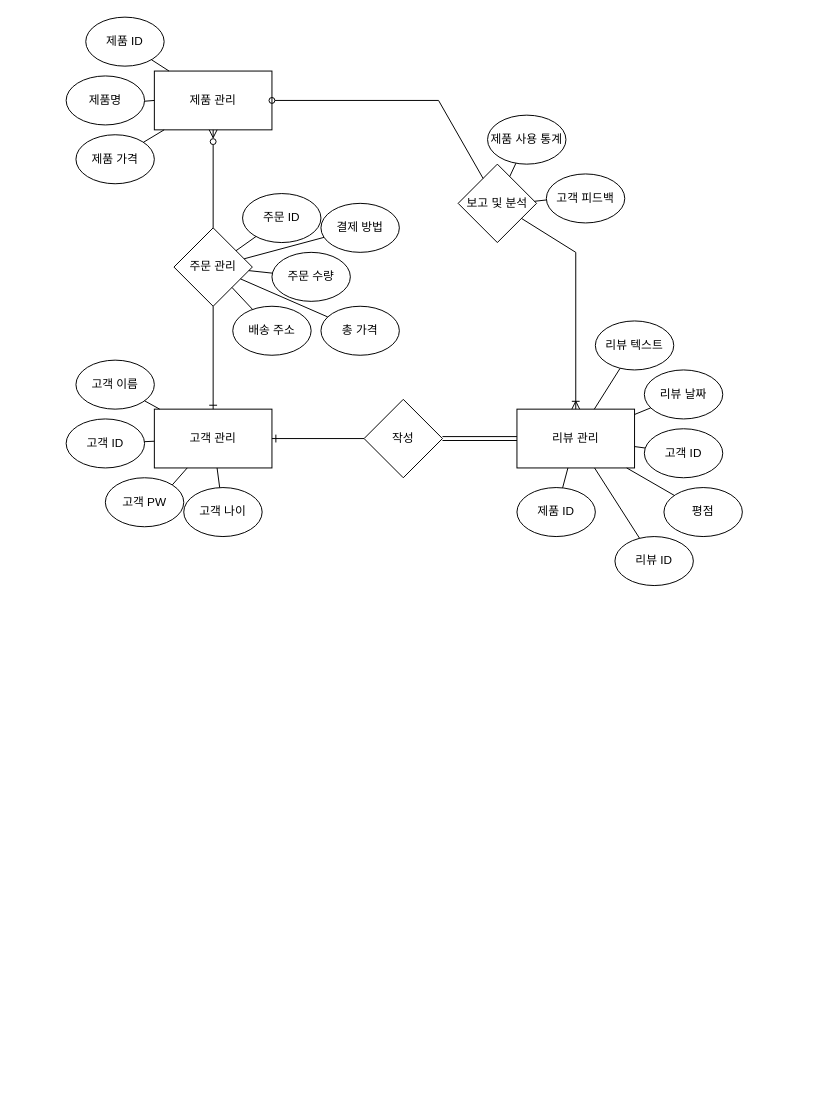
Earlier version of the draw.io diagram shopping_ERdiagram.drawio (yj1508/S_db_ERdiagram). Source tidied: cells renumbered, new cells numbered last; positions are measured from the earlier drawing's top-left corner, leaving out a move shared by most shapes. Both pictures are drawn from the tidied source at 98%, with x=0, y=0 at pixel (66, 17).
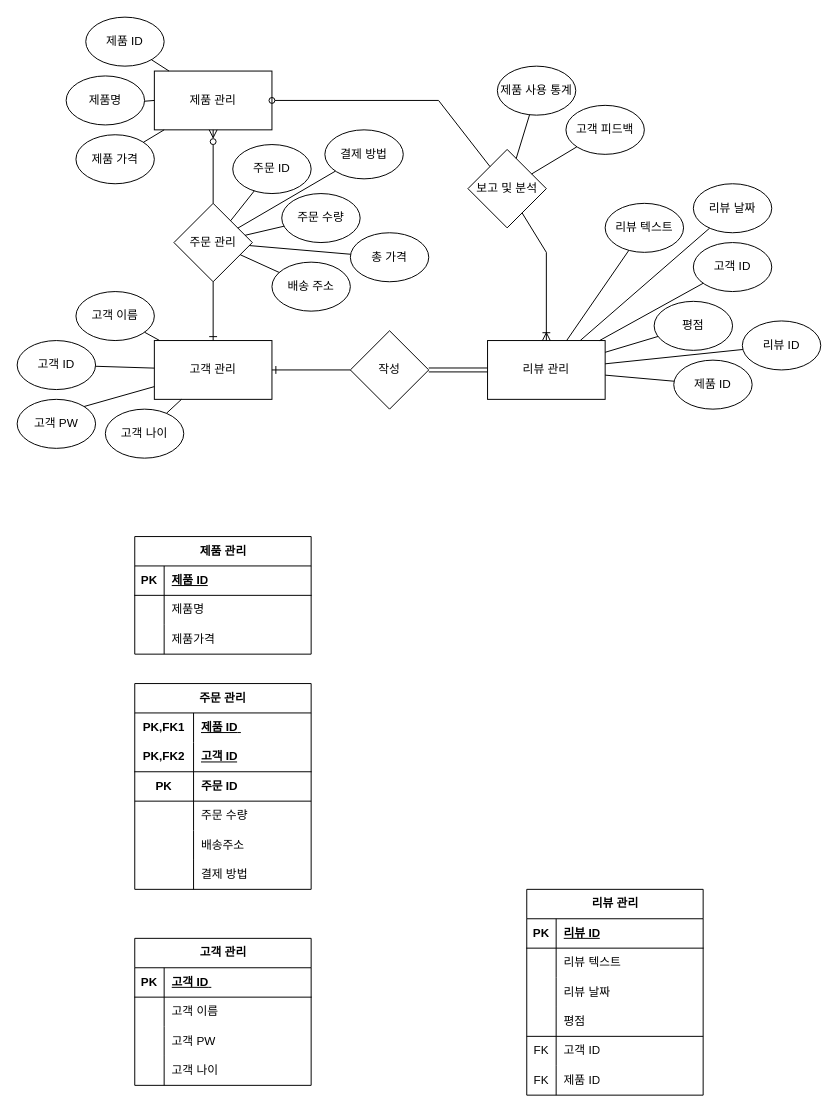
The same diagram, later.

What changed in the source:
```diff
@@
     <mxCell id="2" value="고객 관리" style="rounded=0;whiteSpace=wrap;html=1;" parent="1" vertex="1">
-      <mxGeometry x="90" y="400" width="120" height="60" as="geometry" />
+      <mxGeometry x="90" y="330" width="120" height="60" as="geometry" />
     </mxCell>
@@
     <mxCell id="4" value="주문 관리" style="rhombus;whiteSpace=wrap;html=1;" parent="1" vertex="1">
-      <mxGeometry x="110" y="215" width="80" height="80" as="geometry" />
+      <mxGeometry x="110" y="190" width="80" height="80" as="geometry" />
     </mxCell>
@@
     <mxCell id="8" value="주문 ID" style="ellipse;whiteSpace=wrap;html=1;" parent="1" vertex="1">
-      <mxGeometry x="180" y="180" width="80" height="50" as="geometry" />
+      <mxGeometry x="170" y="130" width="80" height="50" as="geometry" />
     </mxCell>
     <mxCell id="9" value="주문 수량" style="ellipse;whiteSpace=wrap;html=1;" parent="1" vertex="1">
-      <mxGeometry x="210" y="240" width="80" height="50" as="geometry" />
+      <mxGeometry x="220" y="180" width="80" height="50" as="geometry" />
     </mxCell>
     <mxCell id="10" value="배송 주소" style="ellipse;whiteSpace=wrap;html=1;" parent="1" vertex="1">
-      <mxGeometry x="170" y="295" width="80" height="50" as="geometry" />
+      <mxGeometry x="210" y="250" width="80" height="50" as="geometry" />
     </mxCell>
     <mxCell id="11" value="결제 방법" style="ellipse;whiteSpace=wrap;html=1;" parent="1" vertex="1">
-      <mxGeometry x="260" y="190" width="80" height="50" as="geometry" />
+      <mxGeometry x="264" y="115" width="80" height="50" as="geometry" />
     </mxCell>
     <mxCell id="12" value="총 가격" style="ellipse;whiteSpace=wrap;html=1;" parent="1" vertex="1">
-      <mxGeometry x="260" y="295" width="80" height="50" as="geometry" />
+      <mxGeometry x="290" y="220" width="80" height="50" as="geometry" />
     </mxCell>
     <mxCell id="13" value="고객&amp;nbsp;ID" style="ellipse;whiteSpace=wrap;html=1;" parent="1" vertex="1">
-      <mxGeometry y="410" width="80" height="50" as="geometry" />
+      <mxGeometry x="-50" y="330" width="80" height="50" as="geometry" />
     </mxCell>
     <mxCell id="14" value="고객&amp;nbsp;PW" style="ellipse;whiteSpace=wrap;html=1;" parent="1" vertex="1">
-      <mxGeometry x="40" y="470" width="80" height="50" as="geometry" />
+      <mxGeometry x="-50" y="390" width="80" height="50" as="geometry" />
     </mxCell>
     <mxCell id="15" value="고객&amp;nbsp;이름" style="ellipse;whiteSpace=wrap;html=1;" parent="1" vertex="1">
-      <mxGeometry x="10" y="350" width="80" height="50" as="geometry" />
+      <mxGeometry x="10" y="280" width="80" height="50" as="geometry" />
     </mxCell>
     <mxCell id="16" value="고객&amp;nbsp;나이" style="ellipse;whiteSpace=wrap;html=1;" parent="1" vertex="1">
-      <mxGeometry x="120" y="480" width="80" height="50" as="geometry" />
+      <mxGeometry x="40" y="400" width="80" height="50" as="geometry" />
     </mxCell>
     <mxCell id="17" value="리뷰 관리" style="rounded=0;whiteSpace=wrap;html=1;" parent="1" vertex="1">
-      <mxGeometry x="460" y="400" width="120" height="60" as="geometry" />
+      <mxGeometry x="430" y="330" width="120" height="60" as="geometry" />
     </mxCell>
     <mxCell id="18" value="리뷰 ID" style="ellipse;whiteSpace=wrap;html=1;" parent="1" vertex="1">
-      <mxGeometry x="560" y="530" width="80" height="50" as="geometry" />
+      <mxGeometry x="690" y="310" width="80" height="50" as="geometry" />
     </mxCell>
     <mxCell id="19" value="제품 ID" style="ellipse;whiteSpace=wrap;html=1;" parent="1" vertex="1">
-      <mxGeometry x="460" y="480" width="80" height="50" as="geometry" />
+      <mxGeometry x="620" y="350" width="80" height="50" as="geometry" />
     </mxCell>
     <mxCell id="20" value="고객 ID" style="ellipse;whiteSpace=wrap;html=1;" parent="1" vertex="1">
-      <mxGeometry x="590" y="420" width="80" height="50" as="geometry" />
+      <mxGeometry x="640" y="230" width="80" height="50" as="geometry" />
     </mxCell>
     <mxCell id="21" value="평점" style="ellipse;whiteSpace=wrap;html=1;" parent="1" vertex="1">
-      <mxGeometry x="610" y="480" width="80" height="50" as="geometry" />
+      <mxGeometry x="600" y="290" width="80" height="50" as="geometry" />
     </mxCell>
     <mxCell id="22" value="리뷰 텍스트" style="ellipse;whiteSpace=wrap;html=1;" parent="1" vertex="1">
-      <mxGeometry x="540" y="310" width="80" height="50" as="geometry" />
+      <mxGeometry x="550" y="190" width="80" height="50" as="geometry" />
     </mxCell>
     <mxCell id="23" value="리뷰 날짜" style="ellipse;whiteSpace=wrap;html=1;" parent="1" vertex="1">
-      <mxGeometry x="590" y="360" width="80" height="50" as="geometry" />
+      <mxGeometry x="640" y="170" width="80" height="50" as="geometry" />
     </mxCell>
@@
     <mxCell id="25" value="작성" style="rhombus;whiteSpace=wrap;html=1;" parent="1" vertex="1">
-      <mxGeometry x="304" y="390" width="80" height="80" as="geometry" />
+      <mxGeometry x="290" y="320" width="80" height="80" as="geometry" />
     </mxCell>
@@
     <mxCell id="27" value="보고 및 분석" style="rhombus;whiteSpace=wrap;html=1;" parent="1" vertex="1">
-      <mxGeometry x="400" y="150" width="80" height="80" as="geometry" />
+      <mxGeometry x="410" y="135" width="80" height="80" as="geometry" />
     </mxCell>
     <mxCell id="28" style="endArrow=ERoneToMany;html=1;rounded=0;entryX=0.5;entryY=0;entryDx=0;entryDy=0;endFill=0;" parent="1" edge="1" source="27" target="17">
       <mxGeometry relative="1" as="geometry">
         <Array as="points">
-          <mxPoint x="520" y="240" />
+          <mxPoint x="490" y="240" />
         </Array>
       </mxGeometry>
     </mxCell>
@@
     <mxCell id="32" value="제품 사용 통계" style="ellipse;whiteSpace=wrap;html=1;" parent="1" vertex="1">
-      <mxGeometry x="430" y="100" width="80" height="50" as="geometry" />
+      <mxGeometry x="440" y="50" width="80" height="50" as="geometry" />
     </mxCell>
     <mxCell id="33" value="고객 피드백" style="ellipse;whiteSpace=wrap;html=1;" parent="1" vertex="1">
-      <mxGeometry x="490" y="160" width="80" height="50" as="geometry" />
+      <mxGeometry x="510" y="90" width="80" height="50" as="geometry" />
     </mxCell>
@@
+    <mxCell id="54" value="고객 관리" style="shape=table;startSize=30;childLayout=tableLayout;rowLines=0;fontStyle=1;align=center;html=1;" parent="1" vertex="1">
+      <mxGeometry x="70" y="940" width="180" height="150" as="geometry" />
+    </mxCell>
+    <mxCell id="55" style="shape=tableRow;horizontal=0;startSize=0;swimlaneHead=0;swimlaneBody=0;fillColor=none;top=0;left=0;right=0;bottom=1;" parent="54" vertex="1">
+      <mxGeometry y="30" width="180" height="30" as="geometry" />
+    </mxCell>
+    <mxCell id="56" value="PK" style="shape=partialRectangle;fillColor=none;top=0;left=0;bottom=0;right=0;fontStyle=1;overflow=hidden;whiteSpace=wrap;html=1;" parent="55" vertex="1">
+      <mxGeometry width="30" height="30" as="geometry" />
+    </mxCell>
+    <mxCell id="57" value="고객 ID&lt;span style=&quot;white-space: pre;&quot;&gt; &lt;/span&gt;" style="shape=partialRectangle;fillColor=none;top=0;left=0;bottom=0;right=0;align=left;spacingLeft=6;fontStyle=5;overflow=hidden;whiteSpace=wrap;html=1;" parent="55" vertex="1">
+      <mxGeometry x="30" width="150" height="30" as="geometry" />
+    </mxCell>
+    <mxCell id="58" style="shape=tableRow;horizontal=0;startSize=0;swimlaneHead=0;swimlaneBody=0;fillColor=none;top=0;left=0;right=0;bottom=0;" parent="54" vertex="1">
+      <mxGeometry y="60" width="180" height="30" as="geometry" />
+    </mxCell>
+    <mxCell id="59" style="shape=partialRectangle;fillColor=none;top=0;left=0;bottom=0;right=0;overflow=hidden;whiteSpace=wrap;html=1;" parent="58" vertex="1">
+      <mxGeometry width="30" height="30" as="geometry" />
+    </mxCell>
+    <mxCell id="60" value="고객 이름&lt;span style=&quot;white-space: pre;&quot;&gt; &lt;/span&gt;" style="shape=partialRectangle;fillColor=none;top=0;left=0;bottom=0;right=0;align=left;spacingLeft=6;overflow=hidden;whiteSpace=wrap;html=1;" parent="58" vertex="1">
+      <mxGeometry x="30" width="150" height="30" as="geometry" />
+    </mxCell>
+    <mxCell id="61" style="shape=tableRow;horizontal=0;startSize=0;swimlaneHead=0;swimlaneBody=0;fillColor=none;top=0;left=0;right=0;bottom=0;" parent="54" vertex="1">
+      <mxGeometry y="90" width="180" height="30" as="geometry" />
+    </mxCell>
+    <mxCell id="62" style="shape=partialRectangle;fillColor=none;top=0;left=0;bottom=0;right=0;overflow=hidden;whiteSpace=wrap;html=1;" parent="61" vertex="1">
+      <mxGeometry width="30" height="30" as="geometry" />
+    </mxCell>
+    <mxCell id="63" value="고객 PW" style="shape=partialRectangle;fillColor=none;top=0;left=0;bottom=0;right=0;align=left;spacingLeft=6;overflow=hidden;whiteSpace=wrap;html=1;" parent="61" vertex="1">
+      <mxGeometry x="30" width="150" height="30" as="geometry" />
+    </mxCell>
+    <mxCell id="64" style="shape=tableRow;horizontal=0;startSize=0;swimlaneHead=0;swimlaneBody=0;fillColor=none;top=0;left=0;right=0;bottom=0;" parent="54" vertex="1">
+      <mxGeometry y="120" width="180" height="30" as="geometry" />
+    </mxCell>
+    <mxCell id="65" style="shape=partialRectangle;fillColor=none;top=0;left=0;bottom=0;right=0;overflow=hidden;whiteSpace=wrap;html=1;" parent="64" vertex="1">
+      <mxGeometry width="30" height="30" as="geometry" />
+    </mxCell>
+    <mxCell id="66" value="고객 나이" style="shape=partialRectangle;fillColor=none;top=0;left=0;bottom=0;right=0;align=left;spacingLeft=6;overflow=hidden;whiteSpace=wrap;html=1;" parent="64" vertex="1">
+      <mxGeometry x="30" width="150" height="30" as="geometry" />
+    </mxCell>
+    <mxCell id="67" value="제품 관리" style="shape=table;startSize=30;childLayout=tableLayout;rowLines=0;fontStyle=1;align=center;html=1;" parent="1" vertex="1">
+      <mxGeometry x="70" y="530" width="180" height="120" as="geometry" />
+    </mxCell>
+    <mxCell id="68" style="shape=tableRow;horizontal=0;startSize=0;swimlaneHead=0;swimlaneBody=0;fillColor=none;top=0;left=0;right=0;bottom=1;" parent="67" vertex="1">
+      <mxGeometry y="30" width="180" height="30" as="geometry" />
+    </mxCell>
+    <mxCell id="69" value="PK" style="shape=partialRectangle;fillColor=none;top=0;left=0;bottom=0;right=0;fontStyle=1;overflow=hidden;whiteSpace=wrap;html=1;" parent="68" vertex="1">
+      <mxGeometry width="30" height="30" as="geometry" />
+    </mxCell>
+    <mxCell id="70" value="제품 ID" style="shape=partialRectangle;fillColor=none;top=0;left=0;bottom=0;right=0;align=left;spacingLeft=6;fontStyle=5;overflow=hidden;whiteSpace=wrap;html=1;" parent="68" vertex="1">
+      <mxGeometry x="30" width="150" height="30" as="geometry" />
+    </mxCell>
+    <mxCell id="71" style="shape=tableRow;horizontal=0;startSize=0;swimlaneHead=0;swimlaneBody=0;fillColor=none;top=0;left=0;right=0;bottom=0;" parent="67" vertex="1">
+      <mxGeometry y="60" width="180" height="30" as="geometry" />
+    </mxCell>
+    <mxCell id="72" style="shape=partialRectangle;fillColor=none;top=0;left=0;bottom=0;right=0;overflow=hidden;whiteSpace=wrap;html=1;" parent="71" vertex="1">
+      <mxGeometry width="30" height="30" as="geometry" />
+    </mxCell>
+    <mxCell id="73" value="제품명" style="shape=partialRectangle;fillColor=none;top=0;left=0;bottom=0;right=0;align=left;spacingLeft=6;overflow=hidden;whiteSpace=wrap;html=1;" parent="71" vertex="1">
+      <mxGeometry x="30" width="150" height="30" as="geometry" />
+    </mxCell>
+    <mxCell id="74" style="shape=tableRow;horizontal=0;startSize=0;swimlaneHead=0;swimlaneBody=0;fillColor=none;top=0;left=0;right=0;bottom=0;" parent="67" vertex="1">
+      <mxGeometry y="90" width="180" height="30" as="geometry" />
+    </mxCell>
+    <mxCell id="75" style="shape=partialRectangle;fillColor=none;top=0;left=0;bottom=0;right=0;overflow=hidden;whiteSpace=wrap;html=1;" parent="74" vertex="1">
+      <mxGeometry width="30" height="30" as="geometry" />
+    </mxCell>
+    <mxCell id="76" value="제품가격" style="shape=partialRectangle;fillColor=none;top=0;left=0;bottom=0;right=0;align=left;spacingLeft=6;overflow=hidden;whiteSpace=wrap;html=1;" parent="74" vertex="1">
+      <mxGeometry x="30" width="150" height="30" as="geometry" />
+    </mxCell>
+    <mxCell id="77" value="리뷰 관리" style="shape=table;startSize=30;childLayout=tableLayout;rowLines=0;fontStyle=1;align=center;html=1;" parent="1" vertex="1">
+      <mxGeometry x="470" y="890" width="180" height="210" as="geometry" />
+    </mxCell>
+    <mxCell id="78" style="shape=tableRow;horizontal=0;startSize=0;swimlaneHead=0;swimlaneBody=0;fillColor=none;top=0;left=0;right=0;bottom=1;" parent="77" vertex="1">
+      <mxGeometry y="30" width="180" height="30" as="geometry" />
+    </mxCell>
+    <mxCell id="79" value="PK" style="shape=partialRectangle;fillColor=none;top=0;left=0;bottom=0;right=0;fontStyle=1;overflow=hidden;whiteSpace=wrap;html=1;" parent="78" vertex="1">
+      <mxGeometry width="30" height="30" as="geometry" />
+    </mxCell>
+    <mxCell id="80" value="리뷰 ID" style="shape=partialRectangle;fillColor=none;top=0;left=0;bottom=0;right=0;align=left;spacingLeft=6;fontStyle=5;overflow=hidden;whiteSpace=wrap;html=1;" parent="78" vertex="1">
+      <mxGeometry x="30" width="150" height="30" as="geometry" />
+    </mxCell>
+    <mxCell id="81" style="shape=tableRow;horizontal=0;startSize=0;swimlaneHead=0;swimlaneBody=0;fillColor=none;top=0;left=0;right=0;bottom=0;" parent="77" vertex="1">
+      <mxGeometry y="60" width="180" height="30" as="geometry" />
+    </mxCell>
+    <mxCell id="82" style="shape=partialRectangle;fillColor=none;top=0;left=0;bottom=0;right=0;overflow=hidden;whiteSpace=wrap;html=1;" parent="81" vertex="1">
+      <mxGeometry width="30" height="30" as="geometry" />
+    </mxCell>
+    <mxCell id="83" value="리뷰 텍스트" style="shape=partialRectangle;fillColor=none;top=0;left=0;bottom=0;right=0;align=left;spacingLeft=6;overflow=hidden;whiteSpace=wrap;html=1;" parent="81" vertex="1">
+      <mxGeometry x="30" width="150" height="30" as="geometry" />
+    </mxCell>
+    <mxCell id="84" style="shape=tableRow;horizontal=0;startSize=0;swimlaneHead=0;swimlaneBody=0;fillColor=none;top=0;left=0;right=0;bottom=0;" parent="77" vertex="1">
+      <mxGeometry y="90" width="180" height="30" as="geometry" />
+    </mxCell>
+    <mxCell id="85" style="shape=partialRectangle;fillColor=none;top=0;left=0;bottom=0;right=0;overflow=hidden;whiteSpace=wrap;html=1;" parent="84" vertex="1">
+      <mxGeometry width="30" height="30" as="geometry" />
+    </mxCell>
+    <mxCell id="86" value="리뷰 날짜" style="shape=partialRectangle;fillColor=none;top=0;left=0;bottom=0;right=0;align=left;spacingLeft=6;overflow=hidden;whiteSpace=wrap;html=1;" parent="84" vertex="1">
+      <mxGeometry x="30" width="150" height="30" as="geometry" />
+    </mxCell>
+    <mxCell id="87" style="shape=tableRow;horizontal=0;startSize=0;swimlaneHead=0;swimlaneBody=0;fillColor=none;top=0;left=0;right=0;bottom=0;" parent="77" vertex="1">
+      <mxGeometry y="120" width="180" height="30" as="geometry" />
+    </mxCell>
+    <mxCell id="88" style="shape=partialRectangle;fillColor=none;top=0;left=0;bottom=0;right=0;overflow=hidden;whiteSpace=wrap;html=1;" parent="87" vertex="1">
+      <mxGeometry width="30" height="30" as="geometry" />
+    </mxCell>
+    <mxCell id="89" value="평점" style="shape=partialRectangle;fillColor=none;top=0;left=0;bottom=0;right=0;align=left;spacingLeft=6;overflow=hidden;whiteSpace=wrap;html=1;" parent="87" vertex="1">
+      <mxGeometry x="30" width="150" height="30" as="geometry" />
+    </mxCell>
+    <mxCell id="90" style="shape=tableRow;horizontal=0;startSize=0;swimlaneHead=0;swimlaneBody=0;fillColor=none;top=0;left=0;right=0;bottom=0;" parent="77" vertex="1">
+      <mxGeometry y="150" width="180" height="30" as="geometry" />
+    </mxCell>
+    <mxCell id="91" value="FK" style="shape=partialRectangle;fillColor=none;top=0;left=0;bottom=0;right=0;overflow=hidden;whiteSpace=wrap;html=1;" parent="90" vertex="1">
+      <mxGeometry width="30" height="30" as="geometry" />
+    </mxCell>
+    <mxCell id="92" value="고객 ID" style="shape=partialRectangle;fillColor=none;top=0;left=0;bottom=0;right=0;align=left;spacingLeft=6;overflow=hidden;whiteSpace=wrap;html=1;" parent="90" vertex="1">
+      <mxGeometry x="30" width="150" height="30" as="geometry" />
+    </mxCell>
+    <mxCell id="93" style="shape=tableRow;horizontal=0;startSize=0;swimlaneHead=0;swimlaneBody=0;fillColor=none;top=0;left=0;right=0;bottom=0;" parent="77" vertex="1">
+      <mxGeometry y="180" width="180" height="30" as="geometry" />
+    </mxCell>
+    <mxCell id="94" value="FK" style="shape=partialRectangle;fillColor=none;top=0;left=0;bottom=0;right=0;overflow=hidden;whiteSpace=wrap;html=1;" parent="93" vertex="1">
+      <mxGeometry width="30" height="30" as="geometry" />
+    </mxCell>
+    <mxCell id="95" value="제품 ID" style="shape=partialRectangle;fillColor=none;top=0;left=0;bottom=0;right=0;align=left;spacingLeft=6;overflow=hidden;whiteSpace=wrap;html=1;" parent="93" vertex="1">
+      <mxGeometry x="30" width="150" height="30" as="geometry" />
+    </mxCell>
+    <mxCell id="96" value="주문 관리" style="shape=table;startSize=30;childLayout=tableLayout;rowLines=0;fontStyle=1;align=center;html=1;whiteSpace=wrap;" parent="1" vertex="1">
+      <mxGeometry x="70" y="680" width="180" height="210" as="geometry" />
+    </mxCell>
+    <mxCell id="97" style="shape=tableRow;horizontal=0;startSize=0;swimlaneHead=0;swimlaneBody=0;fillColor=none;top=0;left=0;right=0;bottom=0;html=1;" parent="96" vertex="1">
+      <mxGeometry y="30" width="180" height="30" as="geometry" />
+    </mxCell>
+    <mxCell id="98" value="PK,FK1" style="shape=partialRectangle;fillColor=none;top=0;left=0;bottom=0;right=0;fontStyle=1;overflow=hidden;html=1;whiteSpace=wrap;" parent="97" vertex="1">
+      <mxGeometry width="60" height="30" as="geometry" />
+    </mxCell>
+    <mxCell id="99" value="제품 ID&lt;span style=&quot;white-space: pre;&quot;&gt; &lt;/span&gt;" style="shape=partialRectangle;fillColor=none;top=0;left=0;bottom=0;right=0;align=left;spacingLeft=6;fontStyle=5;overflow=hidden;html=1;whiteSpace=wrap;" parent="97" vertex="1">
+      <mxGeometry x="60" width="120" height="30" as="geometry" />
+    </mxCell>
+    <mxCell id="100" style="shape=tableRow;horizontal=0;startSize=0;swimlaneHead=0;swimlaneBody=0;fillColor=none;top=0;left=0;right=0;bottom=1;html=1;" parent="96" vertex="1">
+      <mxGeometry y="60" width="180" height="30" as="geometry" />
+    </mxCell>
+    <mxCell id="101" value="PK,FK2" style="shape=partialRectangle;fillColor=none;top=0;left=0;bottom=0;right=0;fontStyle=1;overflow=hidden;html=1;whiteSpace=wrap;" parent="100" vertex="1">
+      <mxGeometry width="60" height="30" as="geometry" />
+    </mxCell>
+    <mxCell id="102" value="고객 ID" style="shape=partialRectangle;fillColor=none;top=0;left=0;bottom=0;right=0;align=left;spacingLeft=6;fontStyle=5;overflow=hidden;html=1;whiteSpace=wrap;" parent="100" vertex="1">
+      <mxGeometry x="60" width="120" height="30" as="geometry" />
+    </mxCell>
+    <mxCell id="103" style="shape=tableRow;horizontal=0;startSize=0;swimlaneHead=0;swimlaneBody=0;fillColor=none;top=0;left=0;right=0;bottom=0;html=1;swimlaneLine=1;swimlaneFillColor=default;" parent="96" vertex="1">
+      <mxGeometry y="90" width="180" height="30" as="geometry" />
+    </mxCell>
+    <mxCell id="104" value="&lt;b&gt;PK&lt;/b&gt;" style="shape=partialRectangle;fillColor=none;top=0;left=0;bottom=0;right=0;overflow=hidden;html=1;whiteSpace=wrap;" parent="103" vertex="1">
+      <mxGeometry width="60" height="30" as="geometry" />
+    </mxCell>
+    <mxCell id="105" value="&lt;b&gt;주문 ID&lt;/b&gt;" style="shape=partialRectangle;fillColor=none;top=0;left=0;bottom=0;right=0;align=left;spacingLeft=6;overflow=hidden;html=1;whiteSpace=wrap;" parent="103" vertex="1">
+      <mxGeometry x="60" width="120" height="30" as="geometry" />
+    </mxCell>
+    <mxCell id="106" style="shape=tableRow;horizontal=0;startSize=0;swimlaneHead=0;swimlaneBody=0;fillColor=none;top=0;left=0;right=0;bottom=0;html=1;" parent="96" vertex="1">
+      <mxGeometry y="120" width="180" height="30" as="geometry" />
+    </mxCell>
+    <mxCell id="107" style="shape=partialRectangle;fillColor=none;top=0;left=0;bottom=0;right=0;overflow=hidden;html=1;whiteSpace=wrap;" parent="106" vertex="1">
+      <mxGeometry width="60" height="30" as="geometry" />
+    </mxCell>
+    <mxCell id="108" value="주문 수량" style="shape=partialRectangle;fillColor=none;top=0;left=0;bottom=0;right=0;align=left;spacingLeft=6;overflow=hidden;html=1;whiteSpace=wrap;" parent="106" vertex="1">
+      <mxGeometry x="60" width="120" height="30" as="geometry" />
+    </mxCell>
+    <mxCell id="109" style="shape=tableRow;horizontal=0;startSize=0;swimlaneHead=0;swimlaneBody=0;fillColor=none;top=0;left=0;right=0;bottom=0;html=1;" parent="96" vertex="1">
+      <mxGeometry y="150" width="180" height="30" as="geometry" />
+    </mxCell>
+    <mxCell id="110" style="shape=partialRectangle;fillColor=none;top=0;left=0;bottom=0;right=0;overflow=hidden;html=1;whiteSpace=wrap;" parent="109" vertex="1">
+      <mxGeometry width="60" height="30" as="geometry" />
+    </mxCell>
+    <mxCell id="111" value="배송주소" style="shape=partialRectangle;fillColor=none;top=0;left=0;bottom=0;right=0;align=left;spacingLeft=6;overflow=hidden;html=1;whiteSpace=wrap;" parent="109" vertex="1">
+      <mxGeometry x="60" width="120" height="30" as="geometry" />
+    </mxCell>
+    <mxCell id="112" style="shape=tableRow;horizontal=0;startSize=0;swimlaneHead=0;swimlaneBody=0;fillColor=none;top=0;left=0;right=0;bottom=0;html=1;" parent="96" vertex="1">
+      <mxGeometry y="180" width="180" height="30" as="geometry" />
+    </mxCell>
+    <mxCell id="113" style="shape=partialRectangle;fillColor=none;top=0;left=0;bottom=0;right=0;overflow=hidden;html=1;whiteSpace=wrap;" parent="112" vertex="1">
+      <mxGeometry width="60" height="30" as="geometry" />
+    </mxCell>
+    <mxCell id="114" value="결제 방법" style="shape=partialRectangle;fillColor=none;top=0;left=0;bottom=0;right=0;align=left;spacingLeft=6;overflow=hidden;html=1;whiteSpace=wrap;" parent="112" vertex="1">
+      <mxGeometry x="60" width="120" height="30" as="geometry" />
+    </mxCell>
+    <mxCell id="115" style="endArrow=none;html=1;rounded=0;" parent="1" edge="1">
+      <mxGeometry relative="1" as="geometry">
+        <mxPoint x="70" y="800" as="sourcePoint" />
+        <mxPoint x="250" y="800" as="targetPoint" />
+      </mxGeometry>
+    </mxCell>
+    <mxCell id="116" style="endArrow=none;html=1;rounded=0;" parent="1" edge="1">
+      <mxGeometry relative="1" as="geometry">
+        <mxPoint x="470" y="1040" as="sourcePoint" />
+        <mxPoint x="650" y="1040" as="targetPoint" />
+      </mxGeometry>
+    </mxCell>
```
